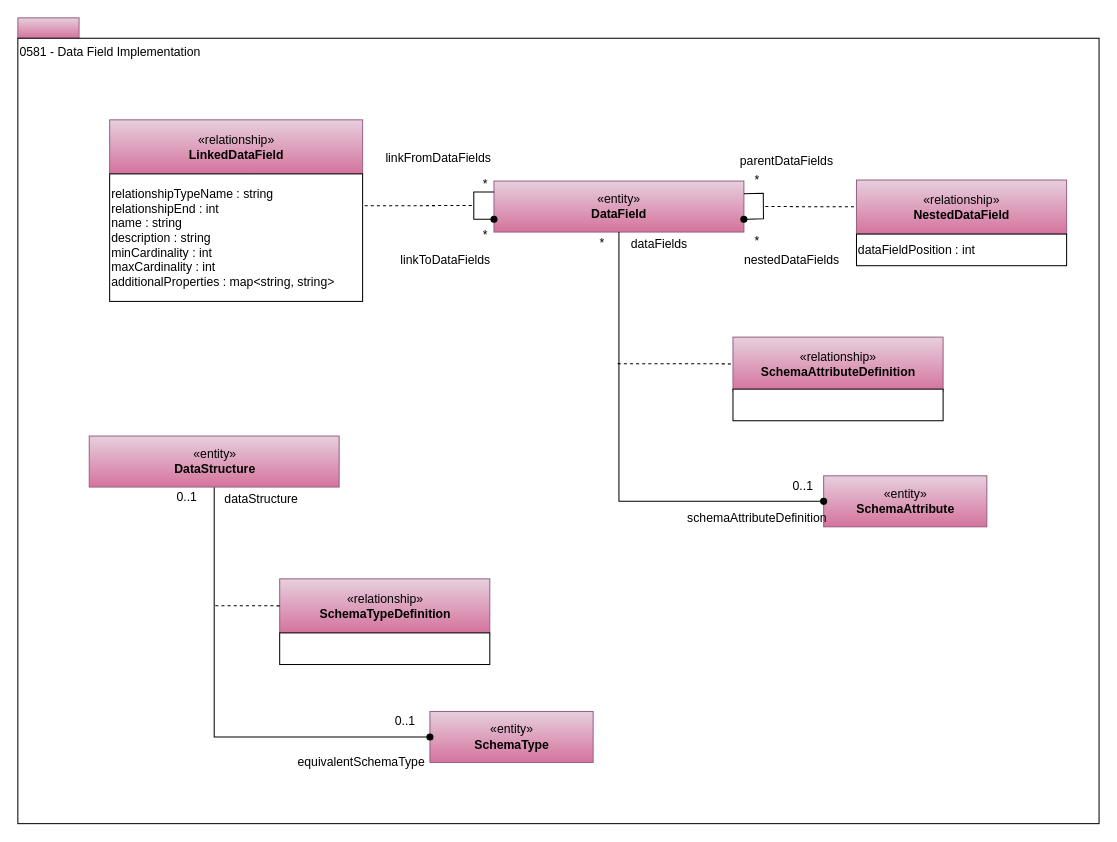
Earlier version of the draw.io diagram page "0581-Data-Field-Implementation" (35 of 36) of site/docs/types/5/area-5-models-and-schema.drawio (odpi/egeria-docs). Source tidied: cells renumbered, new cells numbered last; positions are measured from the earlier drawing's top-left corner, leaving out a move shared by most shapes. Both pictures are drawn from the tidied source at 102%, with x=0, y=0 at pixel (17, 17).
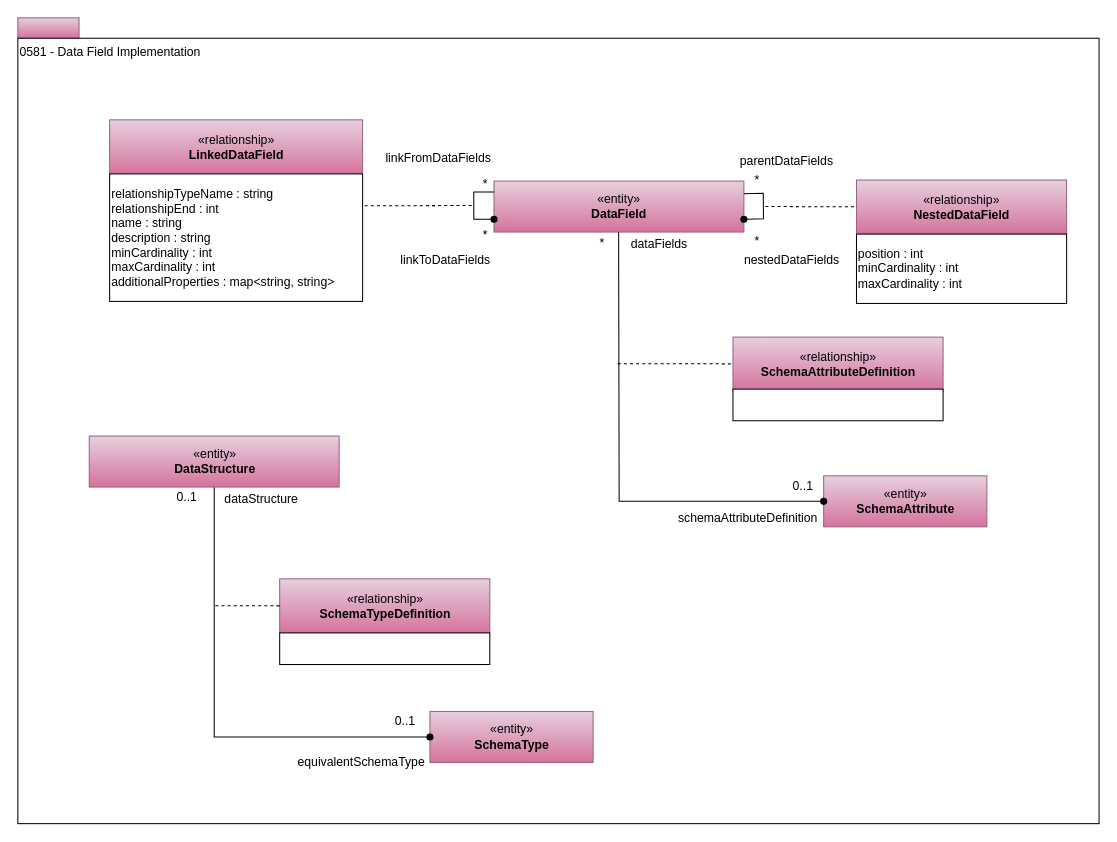
The same page after the edit.

The change refers to these unchanged cells:
```xml
<mxCell id="4" value="«entity»&lt;br&gt;&lt;b&gt;DataField&lt;/b&gt;" style="html=1;strokeColor=#996185;align=center;fillColor=#e6d0de;gradientColor=#d5739d;" parent="1" vertex="1">
  <mxGeometry x="466.8" y="160" width="245" height="50" as="geometry" />
</mxCell>
<mxCell id="12" value="«entity»&lt;br&gt;&lt;b&gt;SchemaAttribute&lt;/b&gt;" style="html=1;strokeColor=#996185;align=center;fillColor=#e6d0de;gradientColor=#d5739d;" parent="1" vertex="1">
  <mxGeometry x="790" y="449" width="160" height="50" as="geometry" />
</mxCell>
```

Diff of the diagram source:
```diff
@@
-    <mxCell id="9" value="&lt;div style=&quot;text-align: left&quot;&gt;&lt;span&gt;dataFieldPosition : int&lt;/span&gt;&lt;/div&gt;" style="rounded=0;whiteSpace=wrap;html=1;align=left;" parent="1" vertex="1">
-      <mxGeometry x="822.2" y="212" width="206" height="31" as="geometry" />
+    <mxCell id="9" value="&lt;div style=&quot;text-align: left&quot;&gt;position : int&lt;br&gt;minCardinality : int&lt;br&gt;maxCardinality : int&lt;/div&gt;" style="rounded=0;whiteSpace=wrap;html=1;align=left;" parent="1" vertex="1">
+      <mxGeometry x="822.2" y="212" width="206" height="68" as="geometry" />
     </mxCell>
@@
     <mxCell id="13" value="schemaAttributeDefinition" style="text;html=1;strokeColor=none;fillColor=none;align=center;verticalAlign=middle;whiteSpace=wrap;rounded=0;" parent="1" vertex="1">
-      <mxGeometry x="662.2" y="481" width="126" height="20" as="geometry" />
+      <mxGeometry x="653.2" y="481" width="126" height="20" as="geometry" />
     </mxCell>
@@
-    <mxCell id="20" style="edgeStyle=orthogonalEdgeStyle;rounded=0;html=1;entryX=0.5;entryY=1;endArrow=none;endFill=0;jettySize=auto;entryDx=0;entryDy=0;startArrow=oval;startFill=1;exitX=0;exitY=0.5;exitDx=0;exitDy=0;" parent="1" edge="1" source="12" target="4">
-      <mxGeometry relative="1" as="geometry" />
+    <mxCell id="20" style="edgeStyle=orthogonalEdgeStyle;rounded=0;html=1;endArrow=none;endFill=0;jettySize=auto;startArrow=oval;startFill=1;exitX=0;exitY=0.5;exitDx=0;exitDy=0;" parent="1" edge="1" source="12">
+      <mxGeometry relative="1" as="geometry">
+        <mxPoint x="589" y="210" as="targetPoint" />
+      </mxGeometry>
     </mxCell>
```
